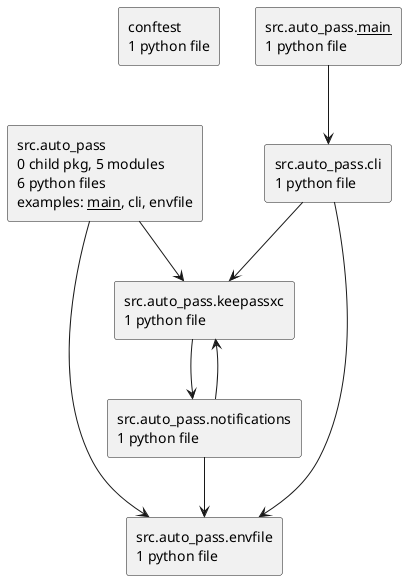
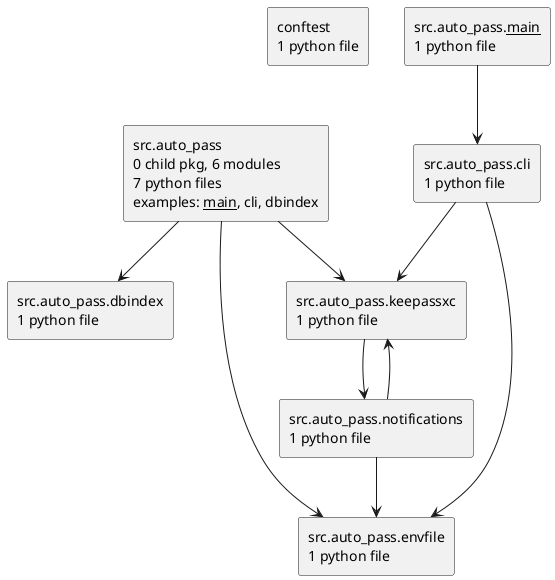
@startuml packages_auto-pass
set namespaceSeparator none
top to bottom direction
skinparam componentStyle rectangle
rectangle "conftest\n1 python file" as conftest
- rectangle "src.auto_pass\n0 child pkg, 5 modules\n6 python files\nexamples: __main__, cli, envfile" as src.auto_pass
+ rectangle "src.auto_pass\n0 child pkg, 6 modules\n7 python files\nexamples: __main__, cli, dbindex" as src.auto_pass
rectangle "src.auto_pass.__main__\n1 python file" as src.auto_pass.__main__
rectangle "src.auto_pass.cli\n1 python file" as src.auto_pass.cli
+ rectangle "src.auto_pass.dbindex\n1 python file" as src.auto_pass.dbindex
rectangle "src.auto_pass.envfile\n1 python file" as src.auto_pass.envfile
rectangle "src.auto_pass.keepassxc\n1 python file" as src.auto_pass.keepassxc
rectangle "src.auto_pass.notifications\n1 python file" as src.auto_pass.notifications
+ src.auto_pass --> src.auto_pass.dbindex
src.auto_pass --> src.auto_pass.envfile
src.auto_pass --> src.auto_pass.keepassxc
src.auto_pass.__main__ --> src.auto_pass.cli
src.auto_pass.cli --> src.auto_pass.envfile
src.auto_pass.cli --> src.auto_pass.keepassxc
src.auto_pass.keepassxc --> src.auto_pass.notifications
src.auto_pass.notifications --> src.auto_pass.envfile
src.auto_pass.notifications --> src.auto_pass.keepassxc
@enduml
